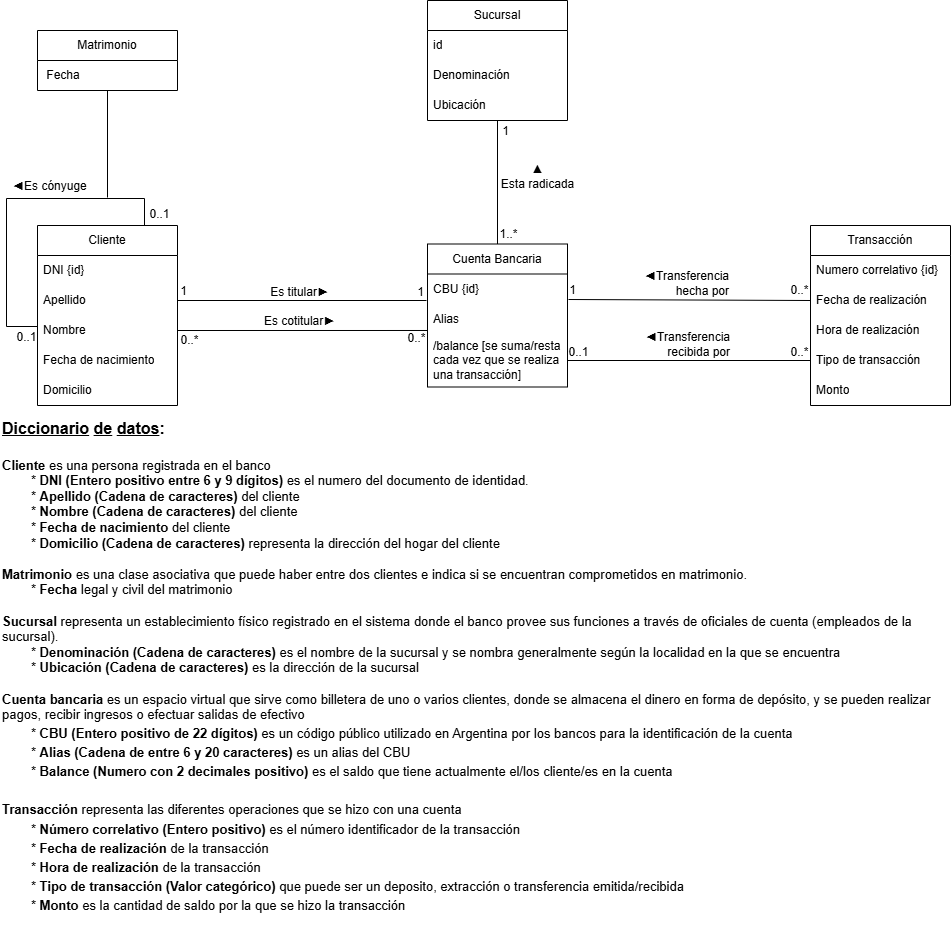
Blisstar/2024_2C_104424_Ejercicio1 keeps this draw.io diagram as MeMo1-Ejercicio1/docs/Modelo de dominio.png. Above is the earlier version. Source tidied: cells renumbered, new cells last; positions are measured from the earlier drawing's top-left corner, leaving out a move shared by most shapes.
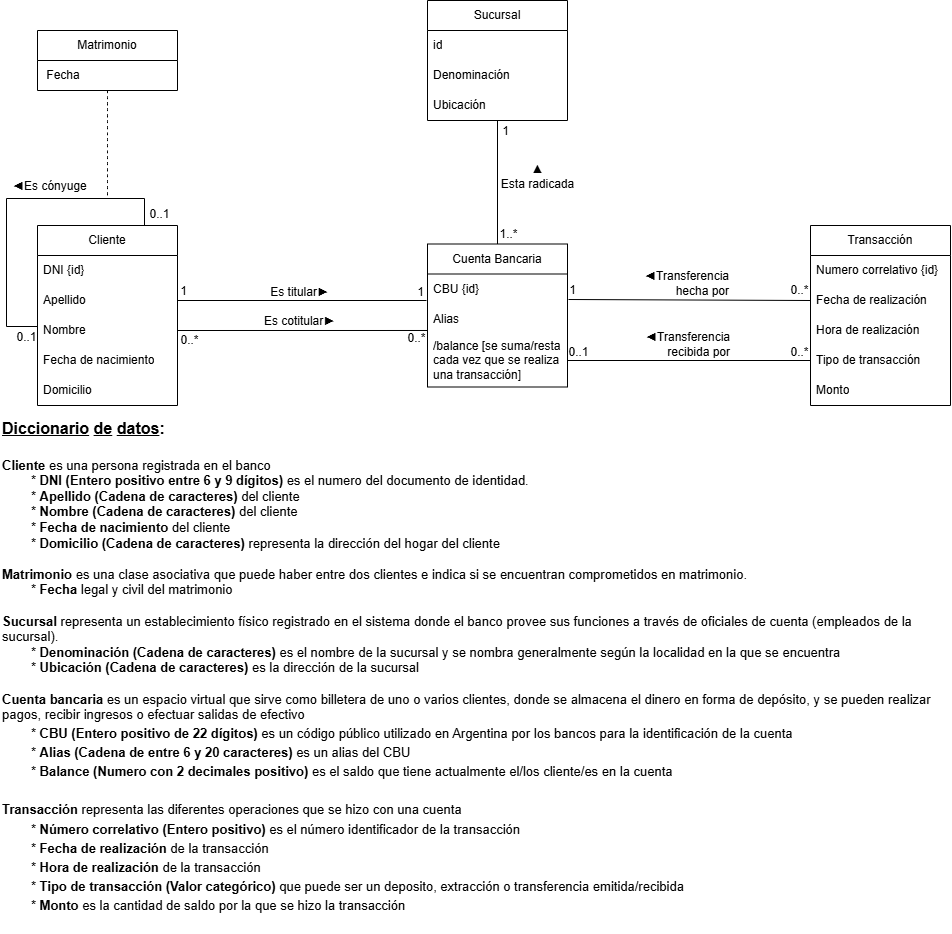
The same diagram one commit later.

Commit message:
Update Modelo de dominio

Nuevo MDD con las correcciones aplicadas, esta bien dibujado la línea entre el OA y la asociación (ahora es una línea punteada)

Diff of the diagram source:
```diff
@@ -179,7 +179,7 @@
     <mxCell id="45" value="Monto" style="text;strokeColor=none;fillColor=none;align=left;verticalAlign=middle;spacingLeft=4;spacingRight=4;overflow=hidden;whiteSpace=wrap;html=1;" parent="40" vertex="1">
       <mxGeometry y="150" width="140" height="30" as="geometry" />
     </mxCell>
-    <mxCell id="46" style="edgeStyle=none;curved=1;rounded=0;jettySize=auto;html=1;fontSize=12;startSize=8;endSize=8;endArrow=none;endFill=0;" parent="1" edge="1" source="47">
+    <mxCell id="46" style="edgeStyle=none;curved=1;rounded=0;jettySize=auto;html=1;fontSize=12;startSize=8;endSize=8;endArrow=none;endFill=0;dashed=1;" parent="1" edge="1" source="47">
       <mxGeometry relative="1" as="geometry">
         <mxPoint x="107" y="197" as="targetPoint" />
       </mxGeometry>
```
